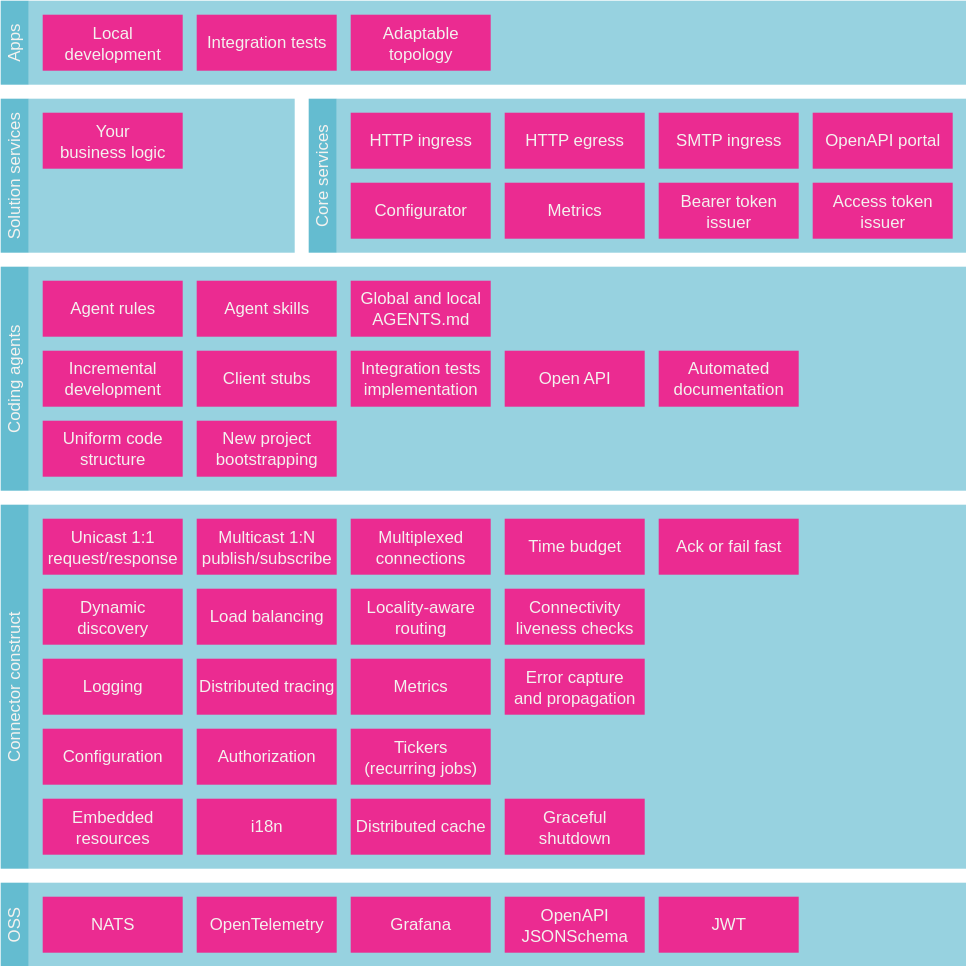
Above: docs/blocks/layers-1.drawio.svg in bhardwajRahul/fabric (draw.io), before the change. Source tidied: cells renumbered, new cells last; positions are measured from the earlier drawing's top-left corner, leaving out a move shared by most shapes.
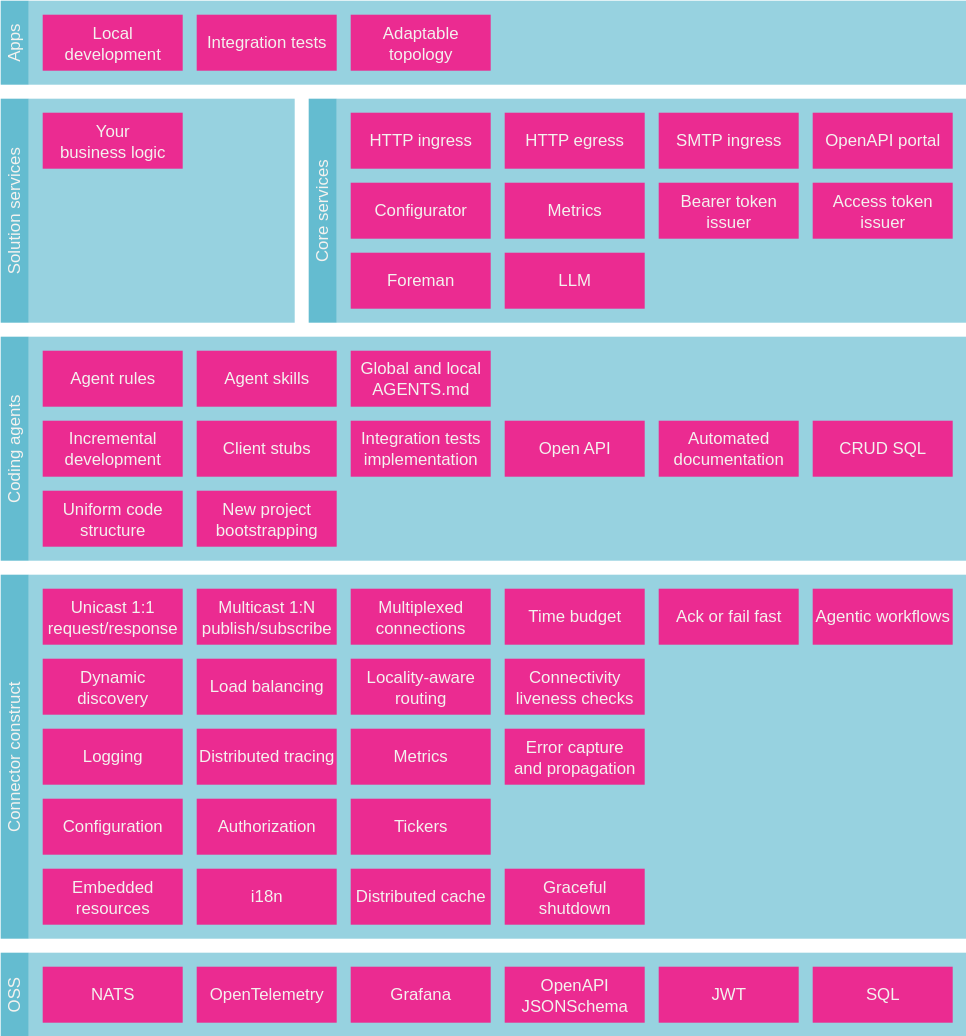
Above is the later version.

Diff of the diagram source:
```diff
@@ -15,13 +15,13 @@
       <mxGeometry y="360" width="20" height="260" as="geometry" />
     </mxCell>
     <mxCell id="6" style="rounded=0;whiteSpace=wrap;html=1;fillColor=#31a6c1;opacity=50;strokeColor=none;fontColor=#F4F2EF;" parent="1" vertex="1">
-      <mxGeometry x="20" y="70" width="190" height="110" as="geometry" />
+      <mxGeometry x="20" y="20" width="190" height="160" as="geometry" />
     </mxCell>
     <mxCell id="7" value="Solution services" style="rounded=0;whiteSpace=wrap;html=1;horizontal=0;strokeColor=none;fillColor=#31a6c1;opacity=75;shadow=0;fontColor=#F4F2EF;" parent="1" vertex="1">
-      <mxGeometry y="70" width="20" height="110" as="geometry" />
+      <mxGeometry y="20" width="20" height="160" as="geometry" />
     </mxCell>
     <mxCell id="8" style="rounded=0;whiteSpace=wrap;html=1;dashed=1;fillColor=#31a6c1;opacity=50;strokeColor=none;align=center;verticalAlign=middle;fontFamily=Helvetica;fontSize=12;fontColor=#F4F2EF;" parent="1" vertex="1">
-      <mxGeometry x="240" y="70" width="450" height="110" as="geometry" />
+      <mxGeometry x="240" y="20" width="450" height="160" as="geometry" />
     </mxCell>
     <mxCell id="9" value="Configuration" style="rounded=0;whiteSpace=wrap;html=1;fillColor=#eb2b91;strokeColor=none;fontColor=#F4F2EF;align=center;verticalAlign=middle;fontFamily=Helvetica;fontSize=12;" parent="1" vertex="1">
       <mxGeometry x="30" y="520" width="100" height="40" as="geometry" />
@@ -32,7 +32,7 @@
     <mxCell id="11" value="Distributed cache" style="rounded=0;whiteSpace=wrap;html=1;fillColor=#eb2b91;strokeColor=none;fontColor=#F4F2EF;align=center;verticalAlign=middle;fontFamily=Helvetica;fontSize=12;" parent="1" vertex="1">
       <mxGeometry x="250" y="570" width="100" height="40" as="geometry" />
     </mxCell>
-    <mxCell id="12" value="Tickers&lt;div&gt;(recurring jobs)&lt;/div&gt;" style="rounded=0;whiteSpace=wrap;html=1;fillColor=#eb2b91;strokeColor=none;fontColor=#F4F2EF;align=center;verticalAlign=middle;fontFamily=Helvetica;fontSize=12;" parent="1" vertex="1">
+    <mxCell id="12" value="Tickers" style="rounded=0;whiteSpace=wrap;html=1;fillColor=#eb2b91;strokeColor=none;fontColor=#F4F2EF;align=center;verticalAlign=middle;fontFamily=Helvetica;fontSize=12;" parent="1" vertex="1">
       <mxGeometry x="250" y="520" width="100" height="40" as="geometry" />
     </mxCell>
     <mxCell id="13" value="Embedded resources" style="rounded=0;whiteSpace=wrap;html=1;fillColor=#eb2b91;strokeColor=none;fontColor=#F4F2EF;align=center;verticalAlign=middle;fontFamily=Helvetica;fontSize=12;" parent="1" vertex="1">
@@ -75,22 +75,22 @@
       <mxGeometry x="140" y="420" width="100" height="40" as="geometry" />
     </mxCell>
     <mxCell id="26" value="Your&lt;br&gt;business logic" style="rounded=0;whiteSpace=wrap;html=1;fontColor=#F4F2EF;strokeColor=none;fillColor=#eb2b91;align=center;verticalAlign=middle;fontFamily=Helvetica;fontSize=12;" parent="1" vertex="1">
-      <mxGeometry x="30" y="80" width="100" height="40" as="geometry" />
+      <mxGeometry x="30" y="30" width="100" height="40" as="geometry" />
     </mxCell>
     <mxCell id="27" value="HTTP ingress" style="rounded=0;whiteSpace=wrap;html=1;fillColor=#eb2b91;gradientColor=none;fontColor=#F4F2EF;strokeColor=none;align=center;verticalAlign=middle;fontFamily=Helvetica;fontSize=12;" parent="1" vertex="1">
-      <mxGeometry x="250" y="80" width="100" height="40" as="geometry" />
+      <mxGeometry x="250" y="30" width="100" height="40" as="geometry" />
     </mxCell>
     <mxCell id="28" value="OpenAPI portal" style="rounded=0;whiteSpace=wrap;html=1;fillColor=#eb2b91;gradientColor=none;fontColor=#F4F2EF;strokeColor=none;align=center;verticalAlign=middle;fontFamily=Helvetica;fontSize=12;" parent="1" vertex="1">
-      <mxGeometry x="580" y="80" width="100" height="40" as="geometry" />
+      <mxGeometry x="580" y="30" width="100" height="40" as="geometry" />
     </mxCell>
     <mxCell id="29" value="Metrics" style="rounded=0;whiteSpace=wrap;html=1;fillColor=#eb2b91;gradientColor=none;fontColor=#F4F2EF;strokeColor=none;align=center;verticalAlign=middle;fontFamily=Helvetica;fontSize=12;" parent="1" vertex="1">
-      <mxGeometry x="360" y="130" width="100" height="40" as="geometry" />
+      <mxGeometry x="360" y="80" width="100" height="40" as="geometry" />
     </mxCell>
     <mxCell id="30" value="HTTP egress" style="rounded=0;whiteSpace=wrap;html=1;fillColor=#eb2b91;gradientColor=none;fontColor=#F4F2EF;strokeColor=none;align=center;verticalAlign=middle;fontFamily=Helvetica;fontSize=12;" parent="1" vertex="1">
-      <mxGeometry x="360" y="80" width="100" height="40" as="geometry" />
+      <mxGeometry x="360" y="30" width="100" height="40" as="geometry" />
     </mxCell>
     <mxCell id="31" value="SMTP ingress" style="rounded=0;whiteSpace=wrap;html=1;fillColor=#eb2b91;gradientColor=none;fontColor=#F4F2EF;strokeColor=none;align=center;verticalAlign=middle;fontFamily=Helvetica;fontSize=12;" parent="1" vertex="1">
-      <mxGeometry x="470" y="80" width="100" height="40" as="geometry" />
+      <mxGeometry x="470" y="30" width="100" height="40" as="geometry" />
     </mxCell>
     <mxCell id="32" value="OpenAPI&lt;br&gt;JSONSchema" style="rounded=0;whiteSpace=wrap;html=1;fillColor=#eb2b91;strokeColor=none;fontColor=#F4F2EF;align=center;verticalAlign=middle;fontFamily=Helvetica;fontSize=12;" parent="1" vertex="1">
       <mxGeometry x="360" y="640" width="100" height="40" as="geometry" />
@@ -102,25 +102,25 @@
       <mxGeometry x="140" y="570" width="100" height="40" as="geometry" />
     </mxCell>
     <mxCell id="35" value="Core services" style="rounded=0;whiteSpace=wrap;html=1;horizontal=0;strokeColor=none;fillColor=#31a6c1;opacity=75;shadow=0;fontColor=#F4F2EF;" parent="1" vertex="1">
-      <mxGeometry x="220" y="70" width="20" height="110" as="geometry" />
+      <mxGeometry x="220" y="20" width="20" height="160" as="geometry" />
     </mxCell>
     <mxCell id="36" value="Configurator" style="rounded=0;whiteSpace=wrap;html=1;fillColor=#eb2b91;gradientColor=none;fontColor=#F4F2EF;strokeColor=none;align=center;verticalAlign=middle;fontFamily=Helvetica;fontSize=12;" parent="1" vertex="1">
-      <mxGeometry x="250" y="130" width="100" height="40" as="geometry" />
+      <mxGeometry x="250" y="80" width="100" height="40" as="geometry" />
     </mxCell>
     <mxCell id="37" style="rounded=0;whiteSpace=wrap;html=1;fillColor=#31a6c1;opacity=50;strokeColor=none;fontColor=#F4F2EF;" parent="1" vertex="1">
-      <mxGeometry x="20" width="670" height="60" as="geometry" />
+      <mxGeometry x="20" y="-50" width="670" height="60" as="geometry" />
     </mxCell>
     <mxCell id="38" value="Apps" style="rounded=0;whiteSpace=wrap;html=1;horizontal=0;strokeColor=none;fillColor=#31a6c1;opacity=75;shadow=0;fontColor=#F4F2EF;" parent="1" vertex="1">
-      <mxGeometry width="20" height="60" as="geometry" />
+      <mxGeometry y="-50" width="20" height="60" as="geometry" />
     </mxCell>
     <mxCell id="39" value="Local development" style="rounded=0;whiteSpace=wrap;html=1;fontColor=#F4F2EF;strokeColor=none;fillColor=#eb2b91;align=center;verticalAlign=middle;fontFamily=Helvetica;fontSize=12;" parent="1" vertex="1">
-      <mxGeometry x="30" y="10" width="100" height="40" as="geometry" />
+      <mxGeometry x="30" y="-40" width="100" height="40" as="geometry" />
     </mxCell>
     <mxCell id="40" value="Adaptable topology" style="rounded=0;whiteSpace=wrap;html=1;fontColor=#F4F2EF;strokeColor=none;fillColor=#eb2b91;align=center;verticalAlign=middle;fontFamily=Helvetica;fontSize=12;" parent="1" vertex="1">
-      <mxGeometry x="250" y="10" width="100" height="40" as="geometry" />
+      <mxGeometry x="250" y="-40" width="100" height="40" as="geometry" />
     </mxCell>
     <mxCell id="41" value="Integration tests" style="rounded=0;whiteSpace=wrap;html=1;fillColor=#eb2b91;strokeColor=none;fontColor=#F4F2EF;align=center;verticalAlign=middle;fontFamily=Helvetica;fontSize=12;" parent="1" vertex="1">
-      <mxGeometry x="140" y="10" width="100" height="40" as="geometry" />
+      <mxGeometry x="140" y="-40" width="100" height="40" as="geometry" />
     </mxCell>
     <mxCell id="42" value="Locality-aware routing" style="rounded=0;whiteSpace=wrap;html=1;fillColor=#eb2b91;strokeColor=none;fontColor=#F4F2EF;align=center;verticalAlign=middle;fontFamily=Helvetica;fontSize=12;" parent="1" vertex="1">
       <mxGeometry x="250" y="420" width="100" height="40" as="geometry" />
@@ -132,7 +132,7 @@
       <mxGeometry x="360" y="570" width="100" height="40" as="geometry" />
     </mxCell>
     <mxCell id="45" value="Bearer token issuer" style="rounded=0;whiteSpace=wrap;html=1;fillColor=#eb2b91;gradientColor=none;fontColor=#F4F2EF;strokeColor=none;align=center;verticalAlign=middle;fontFamily=Helvetica;fontSize=12;" parent="1" vertex="1">
-      <mxGeometry x="470" y="130" width="100" height="40" as="geometry" />
+      <mxGeometry x="470" y="80" width="100" height="40" as="geometry" />
     </mxCell>
     <mxCell id="46" value="Authorization" style="rounded=0;whiteSpace=wrap;html=1;fillColor=#eb2b91;strokeColor=none;fontColor=#F4F2EF;align=center;verticalAlign=middle;fontFamily=Helvetica;fontSize=12;" parent="1" vertex="1">
       <mxGeometry x="140" y="520" width="100" height="40" as="geometry" />
@@ -177,7 +177,22 @@
       <mxGeometry x="140" y="200" width="100" height="40" as="geometry" />
     </mxCell>
     <mxCell id="60" value="Access token issuer" style="rounded=0;whiteSpace=wrap;html=1;fillColor=#eb2b91;gradientColor=none;fontColor=#F4F2EF;strokeColor=none;align=center;verticalAlign=middle;fontFamily=Helvetica;fontSize=12;" parent="1" vertex="1">
-      <mxGeometry x="580" y="130" width="100" height="40" as="geometry" />
+      <mxGeometry x="580" y="80" width="100" height="40" as="geometry" />
     </mxCell>
+    <mxCell id="61" value="Foreman" style="rounded=0;whiteSpace=wrap;html=1;fillColor=#eb2b91;gradientColor=none;fontColor=#F4F2EF;strokeColor=none;align=center;verticalAlign=middle;fontFamily=Helvetica;fontSize=12;" parent="1" vertex="1">
+      <mxGeometry x="250" y="130" width="100" height="40" as="geometry" />
+    </mxCell>
+    <mxCell id="62" value="SQL" style="rounded=0;whiteSpace=wrap;html=1;fillColor=#eb2b91;strokeColor=none;fontColor=#F4F2EF;align=center;verticalAlign=middle;fontFamily=Helvetica;fontSize=12;" parent="1" vertex="1">
+      <mxGeometry x="580" y="640" width="100" height="40" as="geometry" />
+    </mxCell>
+    <mxCell id="63" value="Agentic workflows" style="rounded=0;whiteSpace=wrap;html=1;fillColor=#eb2b91;strokeColor=none;fontColor=#F4F2EF;align=center;verticalAlign=middle;fontFamily=Helvetica;fontSize=12;" parent="1" vertex="1">
+      <mxGeometry x="580" y="370" width="100" height="40" as="geometry" />
+    </mxCell>
+    <mxCell id="64" value="CRUD SQL" style="rounded=0;whiteSpace=wrap;html=1;fillColor=#eb2b91;strokeColor=none;fontColor=#F4F2EF;align=center;verticalAlign=middle;fontFamily=Helvetica;fontSize=12;" parent="1" vertex="1">
+      <mxGeometry x="580" y="250" width="100" height="40" as="geometry" />
+    </mxCell>
+    <mxCell id="65" value="LLM" style="rounded=0;whiteSpace=wrap;html=1;fillColor=#eb2b91;gradientColor=none;fontColor=#F4F2EF;strokeColor=none;align=center;verticalAlign=middle;fontFamily=Helvetica;fontSize=12;" parent="1" vertex="1">
+      <mxGeometry x="360" y="130" width="100" height="40" as="geometry" />
+    </mxCell>
   </root>
 </mxGraphModel>
```
